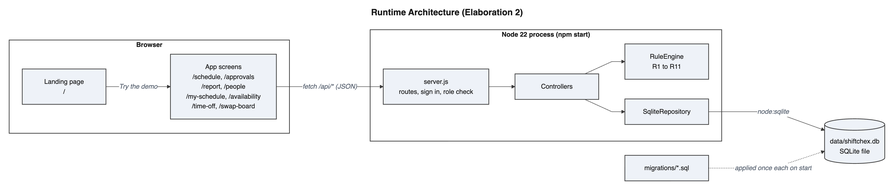
perfettiful/ShiftChex keeps this Mermaid diagram as diagrams/images/design/architecture.png. Above is the earlier version. Its source is kept beside it as diagrams/mmd/design/architecture.mmd.
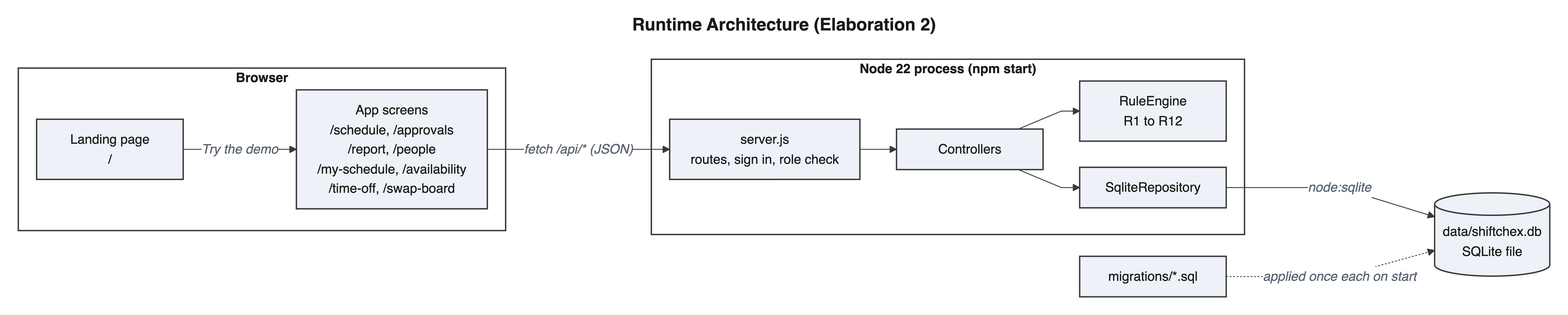
After the change.

Diff of the diagram source:
```diff
@@ -12,7 +12,7 @@
     subgraph Node["Node 22 process (npm start)"]
         S["server.js<br/>routes, sign in, role check"]
         C["Controllers"]
-        E["RuleEngine<br/>R1 to R11"]
+        E["RuleEngine<br/>R1 to R12"]
         R["SqliteRepository"]
         S --> C
         C --> E
```
